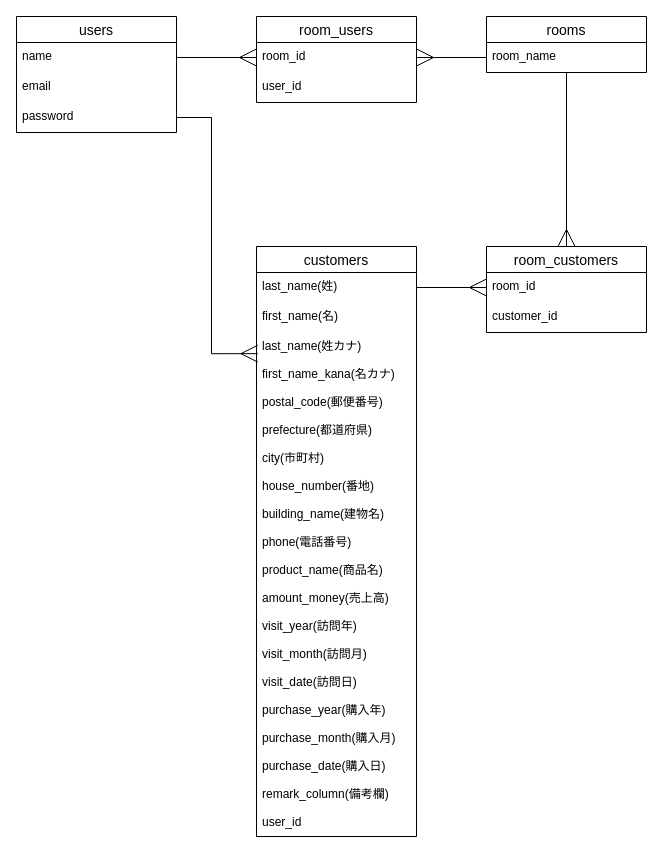
This is test.dio from MONTA-web/customer_app, a draw.io file, before an edit. Source tidied: cells renumbered, new cells numbered last; positions are measured from the earlier drawing's top-left corner, leaving out a move shared by most shapes. Both pictures are drawn from the tidied source at 100%, with x=0, y=0 at pixel (16, 16).
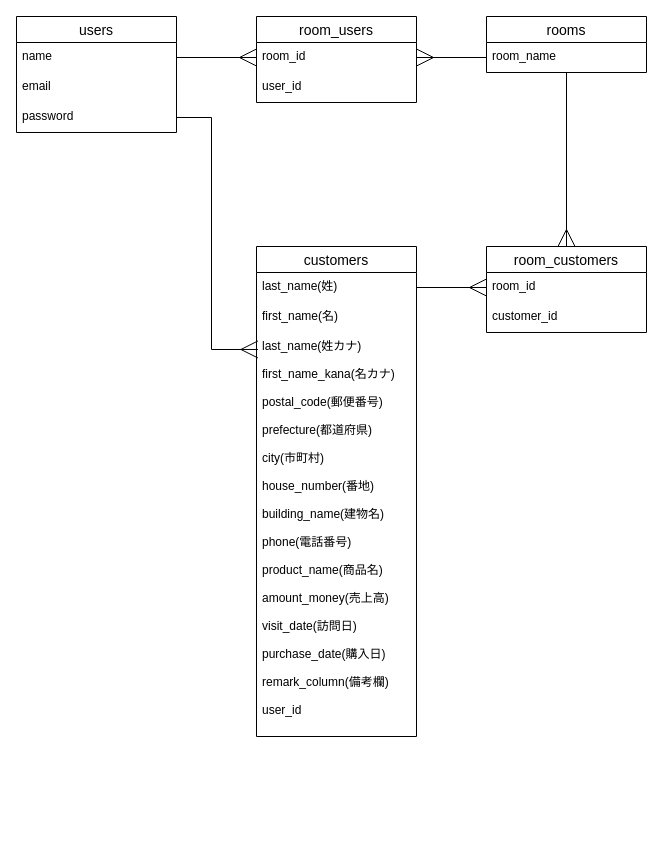
The same page after the edit.

Diff of the diagram source:
```diff
@@
     <mxCell id="12" value="customers" style="swimlane;fontStyle=0;horizontal=1;startSize=26;align=center;fontSize=14;" parent="1" vertex="1">
-      <mxGeometry x="240" y="230" width="160" height="590" as="geometry" />
+      <mxGeometry x="240" y="230" width="160" height="490" as="geometry" />
     </mxCell>
@@
-    <mxCell id="15" value="last_name(姓カナ)&#10;&#10;first_name_kana(名カナ)&#10;&#10;postal_code(郵便番号)&#10;&#10;prefecture(都道府県)&#10;&#10;city(市町村)&#10;&#10;house_number(番地)&#10;&#10;building_name(建物名)&#10;&#10;phone(電話番号)&#10;&#10;product_name(商品名)&#10;&#10;amount_money(売上高)&#10;&#10;visit_year(訪問年)&#10;&#10;visit_month(訪問月)&#10;&#10;visit_date(訪問日)&#10;&#10;purchase_year(購入年)&#10;&#10;purchase_month(購入月)&#10;&#10;purchase_date(購入日)&#10;&#10;remark_column(備考欄)&#10;&#10;user_id" style="text;strokeColor=none;fillColor=none;spacingLeft=4;spacingRight=4;overflow=hidden;points=[[0,0.5],[1,0.5]];portConstraint=eastwest;fontSize=12;" parent="12" vertex="1">
-      <mxGeometry y="86" width="160" height="504" as="geometry" />
+    <mxCell id="15" value="last_name(姓カナ)&#10;&#10;first_name_kana(名カナ)&#10;&#10;postal_code(郵便番号)&#10;&#10;prefecture(都道府県)&#10;&#10;city(市町村)&#10;&#10;house_number(番地)&#10;&#10;building_name(建物名)&#10;&#10;phone(電話番号)&#10;&#10;product_name(商品名)&#10;&#10;amount_money(売上高)&#10;&#10;visit_date(訪問日)&#10;&#10;purchase_date(購入日)&#10;&#10;remark_column(備考欄)&#10;&#10;user_id" style="text;strokeColor=none;fillColor=none;spacingLeft=4;spacingRight=4;overflow=hidden;points=[[0,0.5],[1,0.5]];portConstraint=eastwest;fontSize=12;" parent="12" vertex="1">
+      <mxGeometry y="86" width="160" height="404" as="geometry" />
     </mxCell>
```
